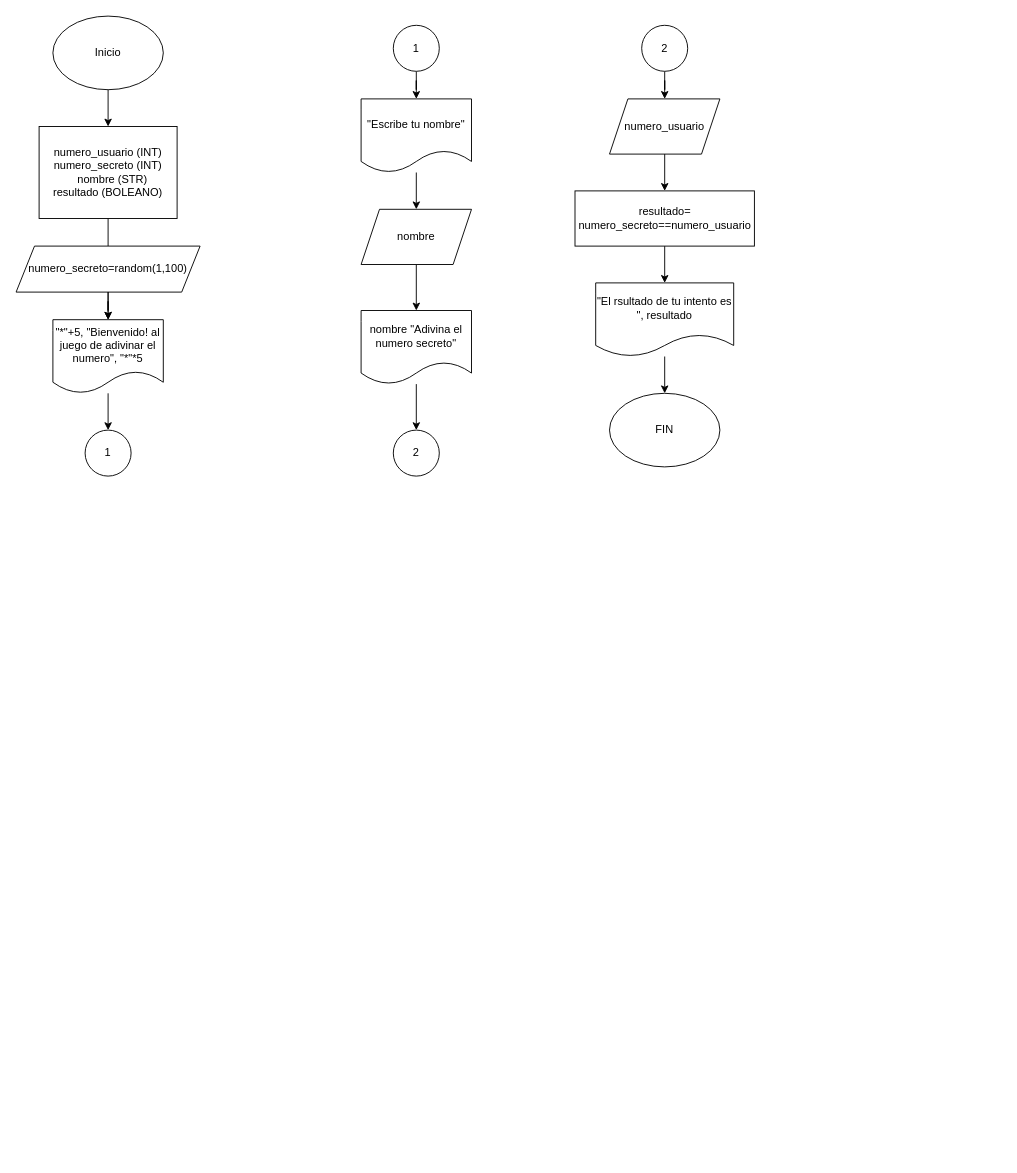
This is Diagrama1.drawio from LesiRock/Pensamiento_computacional, a draw.io file, before an edit. Source tidied: cells renumbered, new cells numbered last; positions are measured from the earlier drawing's top-left corner, leaving out a move shared by most shapes. Both pictures are drawn from the tidied source at 92%, with x=0, y=0 at pixel (16, 16).
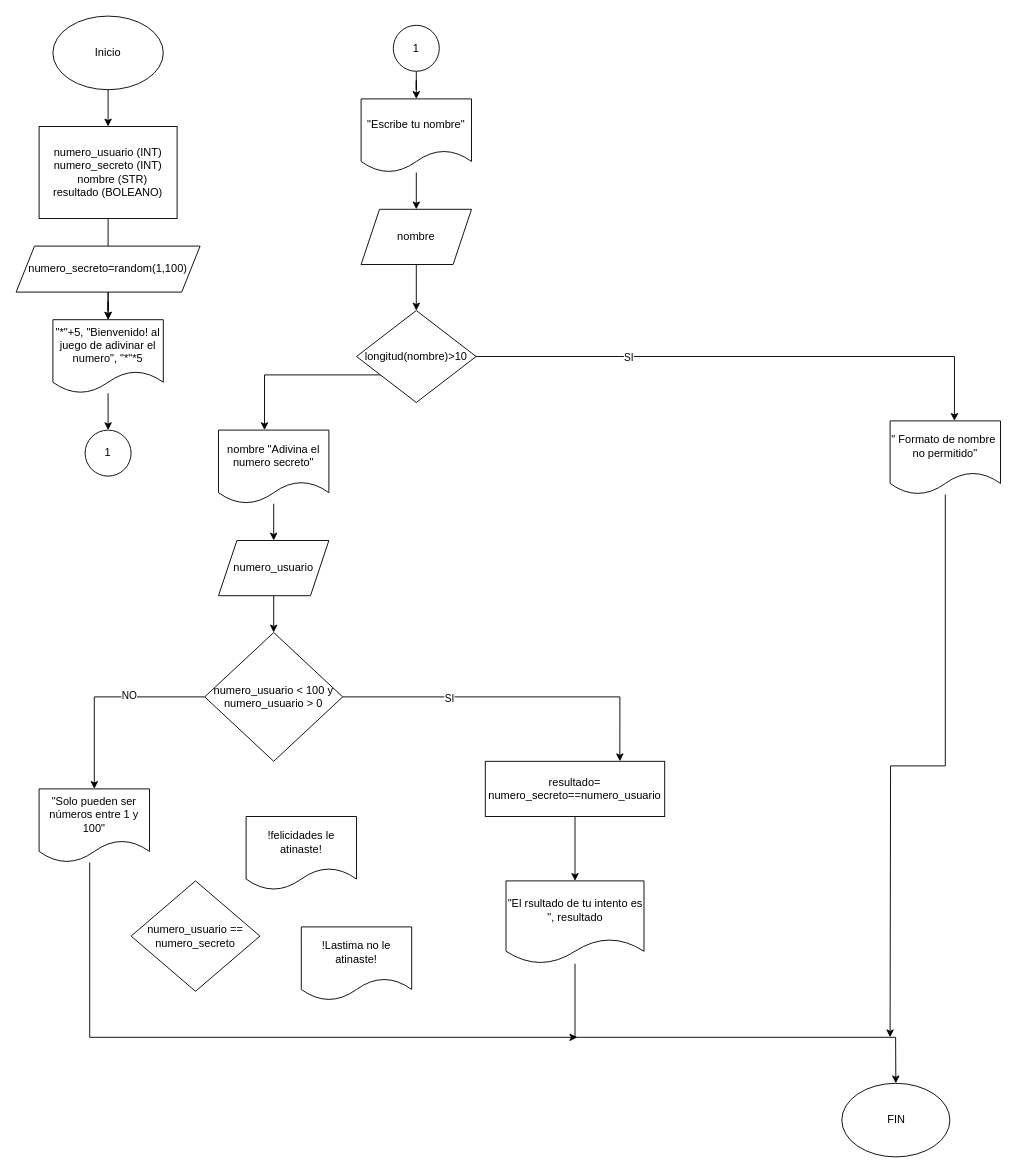
After the change.

The change refers to these unchanged cells:
```xml
<mxCell id="16" value="nombre" style="shape=parallelogram;perimeter=parallelogramPerimeter;whiteSpace=wrap;html=1;fixedSize=1;" parent="1" vertex="1">
  <mxGeometry x="375" y="210" width="120" height="60" as="geometry" />
</mxCell>
```

The edit, as a diff of the source:
```diff
@@
-    <mxCell id="15" style="edgeStyle=orthogonalEdgeStyle;rounded=0;jettySize=auto;html=1;" parent="1" edge="1" source="16" target="18">
-      <mxGeometry relative="1" as="geometry" />
+    <mxCell id="15" style="edgeStyle=orthogonalEdgeStyle;rounded=0;jettySize=auto;html=1;" parent="1" edge="1" target="18">
+      <mxGeometry relative="1" as="geometry">
+        <mxPoint x="435" y="410" as="sourcePoint" />
+        <Array as="points">
+          <mxPoint x="435" y="390" />
+          <mxPoint x="270" y="390" />
+        </Array>
+      </mxGeometry>
     </mxCell>
+    <mxCell id="29" style="edgeStyle=orthogonalEdgeStyle;rounded=0;jettySize=auto;html=1;" parent="1" edge="1" source="16" target="34">
+      <mxGeometry relative="1" as="geometry" />
+    </mxCell>
@@
-    <mxCell id="17" style="edgeStyle=orthogonalEdgeStyle;rounded=0;jettySize=auto;html=1;" parent="1" edge="1" source="18" target="19">
-      <mxGeometry relative="1" as="geometry" />
-    </mxCell>
+    <mxCell id="30" style="edgeStyle=orthogonalEdgeStyle;rounded=0;jettySize=auto;html=1;" parent="1" edge="1" source="18" target="23">
+      <mxGeometry relative="1" as="geometry" />
+    </mxCell>
     <mxCell id="18" value="nombre &quot;Adivina el numero secreto&quot;" style="shape=document;whiteSpace=wrap;html=1;boundedLbl=1;" parent="1" vertex="1">
-      <mxGeometry x="375" y="320" width="120" height="80" as="geometry" />
+      <mxGeometry x="220" y="450" width="120" height="80" as="geometry" />
     </mxCell>
-    <mxCell id="19" value="2" style="ellipse;whiteSpace=wrap;html=1;" parent="1" vertex="1">
-      <mxGeometry x="410" y="450" width="50" height="50" as="geometry" />
-    </mxCell>
-    <mxCell id="20" style="edgeStyle=orthogonalEdgeStyle;rounded=0;jettySize=auto;html=1;" parent="1" edge="1" source="21" target="23">
-      <mxGeometry relative="1" as="geometry" />
-    </mxCell>
-    <mxCell id="21" value="2" style="ellipse;whiteSpace=wrap;html=1;" parent="1" vertex="1">
-      <mxGeometry x="680" y="10" width="50" height="50" as="geometry" />
-    </mxCell>
-    <mxCell id="22" style="edgeStyle=orthogonalEdgeStyle;rounded=0;jettySize=auto;html=1;" parent="1" edge="1" source="23" target="25">
-      <mxGeometry relative="1" as="geometry" />
-    </mxCell>
+    <mxCell id="31" style="edgeStyle=orthogonalEdgeStyle;rounded=0;jettySize=auto;html=1;" parent="1" edge="1" source="23" target="41">
+      <mxGeometry relative="1" as="geometry" />
+    </mxCell>
     <mxCell id="23" value="numero_usuario" style="shape=parallelogram;perimeter=parallelogramPerimeter;whiteSpace=wrap;html=1;fixedSize=1;" parent="1" vertex="1">
-      <mxGeometry x="645" y="90" width="120" height="60" as="geometry" />
+      <mxGeometry x="220" y="570" width="120" height="60" as="geometry" />
     </mxCell>
@@
     <mxCell id="25" value="resultado= numero_secreto==numero_usuario" style="rounded=0;whiteSpace=wrap;html=1;" parent="1" vertex="1">
-      <mxGeometry x="607.5" y="190" width="195" height="60" as="geometry" />
+      <mxGeometry x="510" y="810" width="195" height="60" as="geometry" />
     </mxCell>
     <mxCell id="26" style="edgeStyle=orthogonalEdgeStyle;rounded=0;jettySize=auto;html=1;" parent="1" edge="1" source="27" target="28">
-      <mxGeometry relative="1" as="geometry" />
+      <mxGeometry relative="1" as="geometry">
+        <Array as="points">
+          <mxPoint x="608" y="1110" />
+          <mxPoint x="956" y="1110" />
+        </Array>
+      </mxGeometry>
     </mxCell>
     <mxCell id="27" value="&quot;El rsultado de tu intento es &quot;, resultado" style="shape=document;whiteSpace=wrap;html=1;boundedLbl=1;" parent="1" vertex="1">
-      <mxGeometry x="630" y="290" width="150" height="80" as="geometry" />
+      <mxGeometry x="532.5" y="940" width="150" height="90" as="geometry" />
     </mxCell>
     <mxCell id="28" value="FIN" style="ellipse;whiteSpace=wrap;html=1;" parent="1" vertex="1">
-      <mxGeometry x="645" y="410" width="120" height="80" as="geometry" />
+      <mxGeometry x="897.5" y="1160" width="117.5" height="80" as="geometry" />
     </mxCell>
+    <mxCell id="32" style="edgeStyle=orthogonalEdgeStyle;rounded=0;jettySize=auto;html=1;entryX=0.583;entryY=0;entryDx=0;entryDy=0;entryPerimeter=0;" parent="1" edge="1" source="34" target="36">
+      <mxGeometry relative="1" as="geometry" />
+    </mxCell>
+    <mxCell id="33" value="SI" style="edgeLabel;html=1;align=center;verticalAlign=middle;" parent="32" vertex="1">
+      <mxGeometry x="-0.44" relative="1" as="geometry" />
+    </mxCell>
+    <mxCell id="34" value="longitud(nombre)&amp;gt;10" style="rhombus;whiteSpace=wrap;html=1;" parent="1" vertex="1">
+      <mxGeometry x="370" y="320" width="130" height="100" as="geometry" />
+    </mxCell>
+    <mxCell id="35" style="edgeStyle=orthogonalEdgeStyle;rounded=0;jettySize=auto;html=1;" parent="1" edge="1" source="36">
+      <mxGeometry relative="1" as="geometry">
+        <mxPoint x="950" y="1110" as="targetPoint" />
+      </mxGeometry>
+    </mxCell>
+    <mxCell id="36" value="&quot; Formato de nombre&amp;nbsp;&lt;br&gt;no permitido&quot;" style="shape=document;whiteSpace=wrap;html=1;boundedLbl=1;" parent="1" vertex="1">
+      <mxGeometry x="950" y="440" width="120" height="80" as="geometry" />
+    </mxCell>
+    <mxCell id="37" style="edgeStyle=orthogonalEdgeStyle;rounded=0;jettySize=auto;html=1;entryX=0.75;entryY=0;entryDx=0;entryDy=0;" parent="1" edge="1" source="41" target="25">
+      <mxGeometry relative="1" as="geometry" />
+    </mxCell>
+    <mxCell id="38" value="SI" style="edgeLabel;html=1;align=center;verticalAlign=middle;" parent="37" vertex="1">
+      <mxGeometry x="-0.38" y="-1" relative="1" as="geometry" />
+    </mxCell>
+    <mxCell id="39" style="edgeStyle=orthogonalEdgeStyle;rounded=0;jettySize=auto;html=1;" parent="1" edge="1" source="41" target="43">
+      <mxGeometry relative="1" as="geometry" />
+    </mxCell>
+    <mxCell id="40" value="NO" style="edgeLabel;html=1;align=center;verticalAlign=middle;" parent="39" vertex="1">
+      <mxGeometry x="-0.25" y="-2" relative="1" as="geometry" />
+    </mxCell>
+    <mxCell id="41" value="numero_usuario &amp;lt; 100 y numero_usuario &amp;gt; 0" style="rhombus;whiteSpace=wrap;html=1;" parent="1" vertex="1">
+      <mxGeometry x="205" y="670" width="150" height="140" as="geometry" />
+    </mxCell>
+    <mxCell id="42" style="edgeStyle=orthogonalEdgeStyle;rounded=0;jettySize=auto;html=1;" parent="1" edge="1" source="43">
+      <mxGeometry relative="1" as="geometry">
+        <mxPoint x="610" y="1110" as="targetPoint" />
+        <Array as="points">
+          <mxPoint x="80" y="1110" />
+        </Array>
+      </mxGeometry>
+    </mxCell>
+    <mxCell id="43" value="&quot;Solo pueden ser números entre 1 y 100&quot;" style="shape=document;whiteSpace=wrap;html=1;boundedLbl=1;" parent="1" vertex="1">
+      <mxGeometry x="25" y="840" width="120" height="80" as="geometry" />
+    </mxCell>
+    <mxCell id="44" value="numero_usuario == numero_secreto" style="rhombus;whiteSpace=wrap;html=1;" parent="1" vertex="1">
+      <mxGeometry x="125" y="940" width="140" height="120" as="geometry" />
+    </mxCell>
+    <mxCell id="45" value="!felicidades le atinaste!" style="shape=document;whiteSpace=wrap;html=1;boundedLbl=1;" parent="1" vertex="1">
+      <mxGeometry x="250" y="870" width="120" height="80" as="geometry" />
+    </mxCell>
+    <mxCell id="46" value="!Lastima no le atinaste!" style="shape=document;whiteSpace=wrap;html=1;boundedLbl=1;" parent="1" vertex="1">
+      <mxGeometry x="310" y="990" width="120" height="80" as="geometry" />
+    </mxCell>
```
